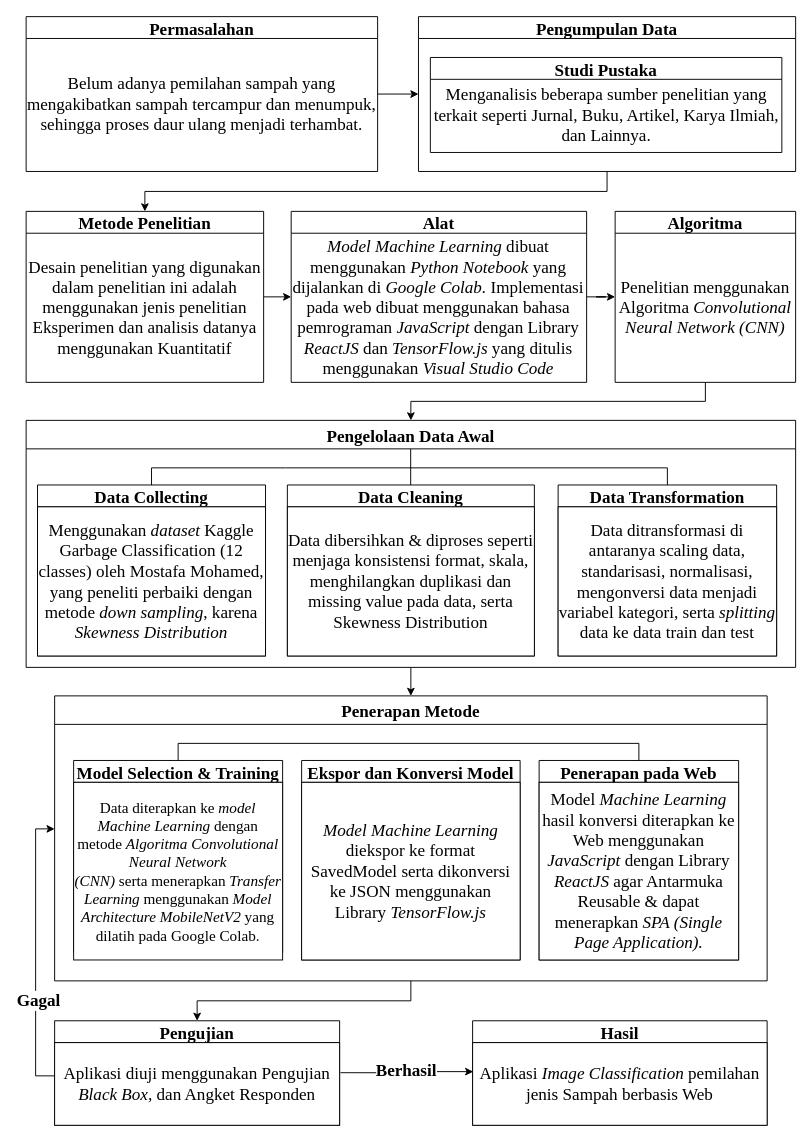
This is mindmap setelah sempro.drawio from virgiawankusuma/drawio-archive-skripsi, a draw.io file, before an edit. Source tidied: cells renumbered, new cells numbered last; positions are measured from the earlier drawing's top-left corner, leaving out a move shared by most shapes. Both pictures are drawn from the tidied source at 95%, with x=0, y=0 at pixel (26, 16).
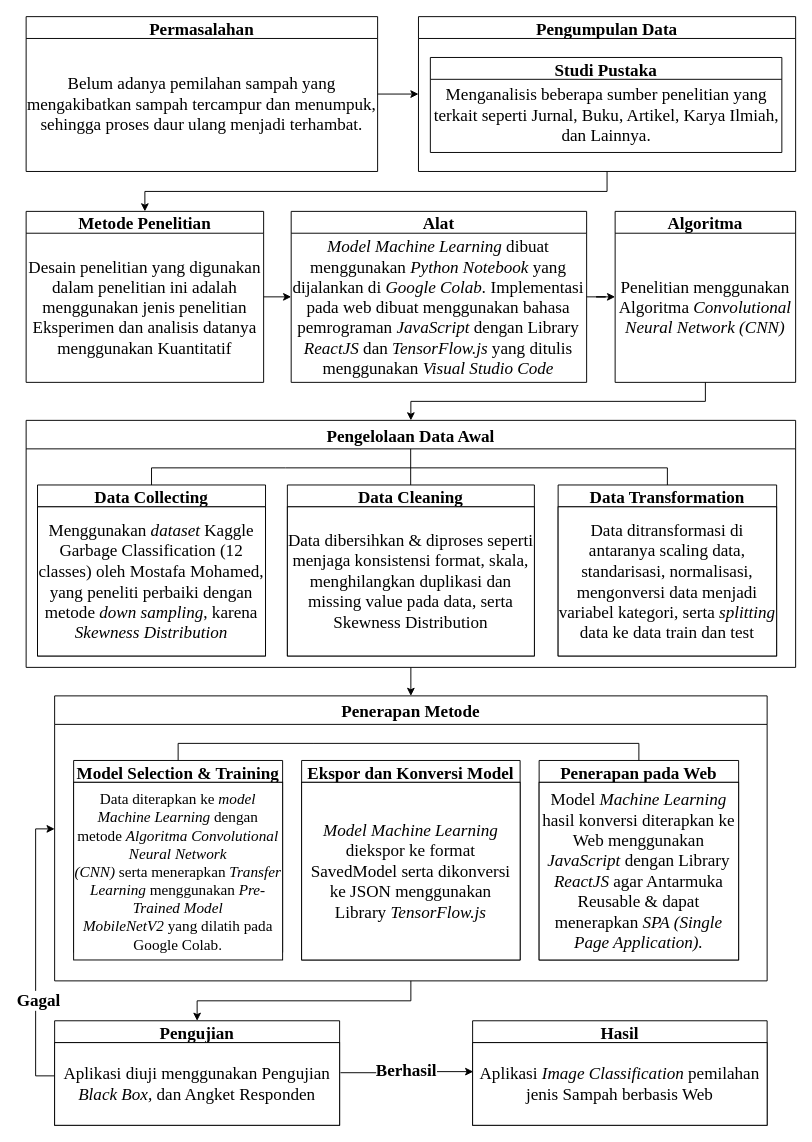
The same page after the edit.

The change refers to these unchanged cells:
```xml
<mxCell id="21" value="Model Selection &amp; Training" style="swimlane;fontFamily=Times New Roman;fontSize=18;" parent="20" vertex="1">
  <mxGeometry x="20" y="68" width="220" height="202" as="geometry" />
</mxCell>
```

Diff of the diagram source:
```diff
@@
-    <mxCell id="22" value="&lt;font face=&quot;Times New Roman&quot; style=&quot;font-size: 16px;&quot;&gt;Data diterapkan ke &lt;i&gt;model Machine Learning&lt;/i&gt;&amp;nbsp;dengan metode &lt;i&gt;Algoritma&amp;nbsp;Convolutional Neural Network (CNN)&amp;nbsp;&lt;/i&gt;serta&amp;nbsp;menerapkan &lt;i&gt;Transfer Learning &lt;/i&gt;menggunakan &lt;i&gt;Model Architecture MobileNetV2&lt;/i&gt;&amp;nbsp;yang dilatih pada Google Colab.&lt;/font&gt;" style="rounded=0;whiteSpace=wrap;html=1;fontFamily=Helvetica;fontSize=12;" parent="21" vertex="1">
+    <mxCell id="22" value="&lt;font face=&quot;Times New Roman&quot; style=&quot;font-size: 16px;&quot;&gt;Data diterapkan ke &lt;i&gt;model Machine Learning&lt;/i&gt;&amp;nbsp;dengan metode &lt;i&gt;Algoritma&amp;nbsp;Convolutional Neural Network (CNN)&amp;nbsp;&lt;/i&gt;serta&amp;nbsp;menerapkan &lt;i&gt;Transfer Learning &lt;/i&gt;menggunakan &lt;i&gt;Pre-Trained&amp;nbsp;Model MobileNetV2&lt;/i&gt;&amp;nbsp;yang dilatih pada Google Colab.&lt;/font&gt;" style="rounded=0;whiteSpace=wrap;html=1;fontFamily=Helvetica;fontSize=12;" parent="21" vertex="1">
       <mxGeometry y="23" width="220" height="187" as="geometry" />
     </mxCell>
```
